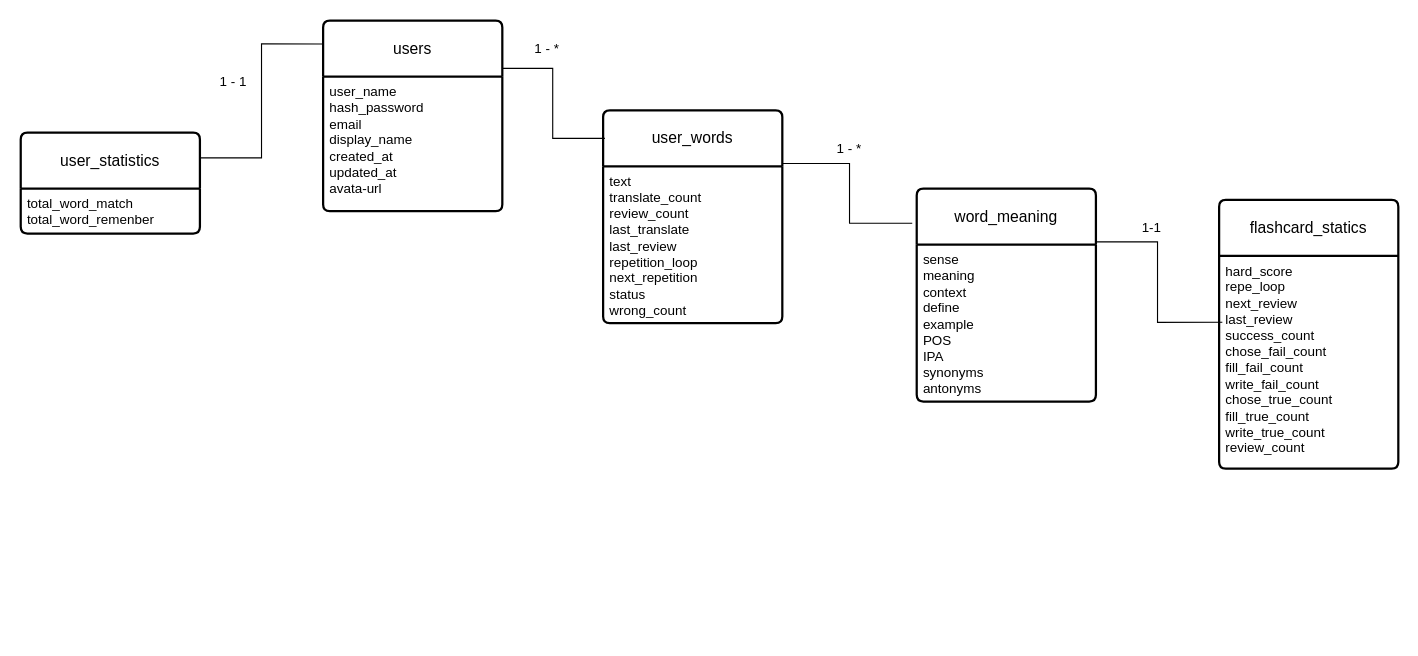
This is page "so-do-lop" (2 of 6) of system-design/uc-dia.drawio from 74Senpai/translate-study-project, a draw.io file, before an edit. Source tidied: cells renumbered, new cells numbered last; positions are measured from the earlier drawing's top-left corner, leaving out a move shared by most shapes. Both pictures are drawn from the tidied source at 112%, with x=0, y=0 at pixel (20, 20).
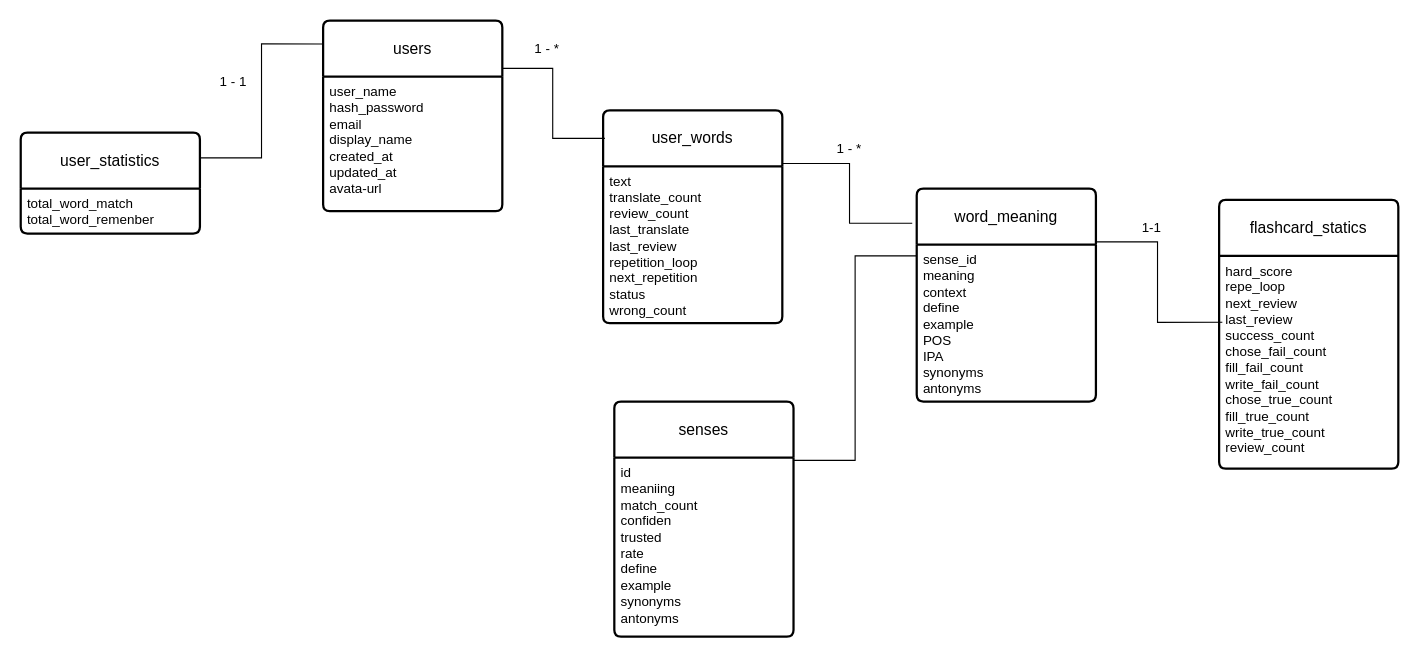
The same page after the edit.

Unchanged cells that the change refers to:
```xml
<mxCell id="8" value="word_meaning" style="swimlane;horizontal=1;startSize=50;rounded=1;fontSize=14;fontStyle=0;strokeWidth=2;shadow=0;dashed=0;align=center;arcSize=4;whiteSpace=wrap;html=1;" parent="1" vertex="1">
  <mxGeometry x="800" y="150" width="160" height="190" as="geometry" />
</mxCell>
```

Change to the diagram source:
```diff
@@
-    <mxCell id="9" value="sense&lt;div&gt;meaning&lt;/div&gt;&lt;div&gt;context&lt;/div&gt;&lt;div&gt;define&lt;/div&gt;&lt;div&gt;example&lt;/div&gt;&lt;div&gt;POS&lt;/div&gt;&lt;div&gt;IPA&lt;/div&gt;&lt;div&gt;synonyms&lt;/div&gt;&lt;div&gt;antonyms&lt;/div&gt;" style="align=left;strokeColor=none;fillColor=none;spacingLeft=4;spacingRight=4;fontSize=12;verticalAlign=top;html=1;whiteSpace=wrap;" parent="8" vertex="1">
+    <mxCell id="9" value="sense_id&lt;div&gt;meaning&lt;/div&gt;&lt;div&gt;context&lt;/div&gt;&lt;div&gt;define&lt;/div&gt;&lt;div&gt;example&lt;/div&gt;&lt;div&gt;POS&lt;/div&gt;&lt;div&gt;IPA&lt;/div&gt;&lt;div&gt;synonyms&lt;/div&gt;&lt;div&gt;antonyms&lt;/div&gt;" style="align=left;strokeColor=none;fillColor=none;spacingLeft=4;spacingRight=4;fontSize=12;verticalAlign=top;html=1;whiteSpace=wrap;" parent="8" vertex="1">
       <mxGeometry y="50" width="160" height="140" as="geometry" />
     </mxCell>
@@
+    <mxCell id="20" value="senses" style="swimlane;horizontal=1;startSize=50;rounded=1;fontSize=14;fontStyle=0;strokeWidth=2;shadow=0;dashed=0;align=center;arcSize=4;whiteSpace=wrap;html=1;" parent="1" vertex="1">
+      <mxGeometry x="530" y="340" width="160" height="210" as="geometry" />
+    </mxCell>
+    <mxCell id="21" value="id&lt;div&gt;meaniing&lt;/div&gt;&lt;div&gt;match_count&lt;/div&gt;&lt;div&gt;confiden&lt;/div&gt;&lt;div&gt;trusted&lt;/div&gt;&lt;div&gt;rate&lt;/div&gt;&lt;div&gt;define&lt;/div&gt;&lt;div&gt;example&lt;/div&gt;&lt;div&gt;&lt;div&gt;synonyms&lt;/div&gt;&lt;div&gt;antonyms&lt;/div&gt;&lt;/div&gt;" style="align=left;strokeColor=none;fillColor=none;spacingLeft=4;spacingRight=4;fontSize=12;verticalAlign=top;html=1;whiteSpace=wrap;" parent="20" vertex="1">
+      <mxGeometry y="50" width="160" height="160" as="geometry" />
+    </mxCell>
+    <mxCell id="22" style="edgeStyle=orthogonalEdgeStyle;rounded=0;jettySize=auto;html=1;exitX=1;exitY=0.25;exitDx=0;exitDy=0;entryX=0;entryY=0.071;entryDx=0;entryDy=0;entryPerimeter=0;endArrow=none;endFill=0;" parent="1" edge="1" source="20" target="9">
+      <mxGeometry relative="1" as="geometry" />
+    </mxCell>
```
